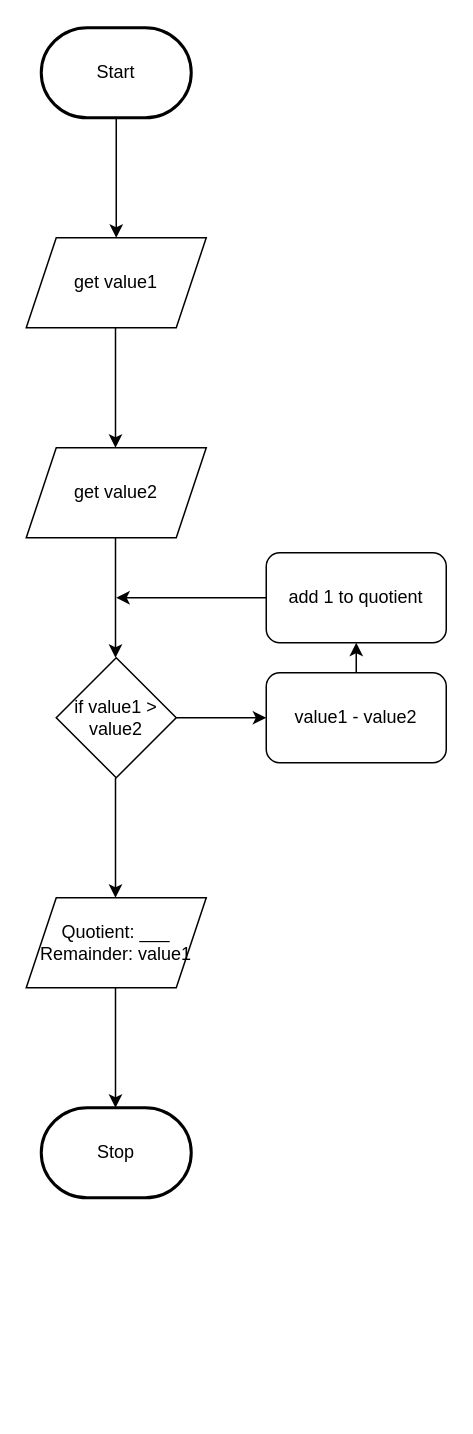
Before: design/flowchart.drawio in MTHS-ICD2O-1-2024/ICD2O-Unit-5-08-Isaac-Ip, a draw.io diagram. Source tidied: cells renumbered, new cells numbered last; positions are measured from the earlier drawing's top-left corner, leaving out a move shared by most shapes. Both pictures are drawn from the tidied source at 150%, with x=0, y=0 at pixel (26, 27).
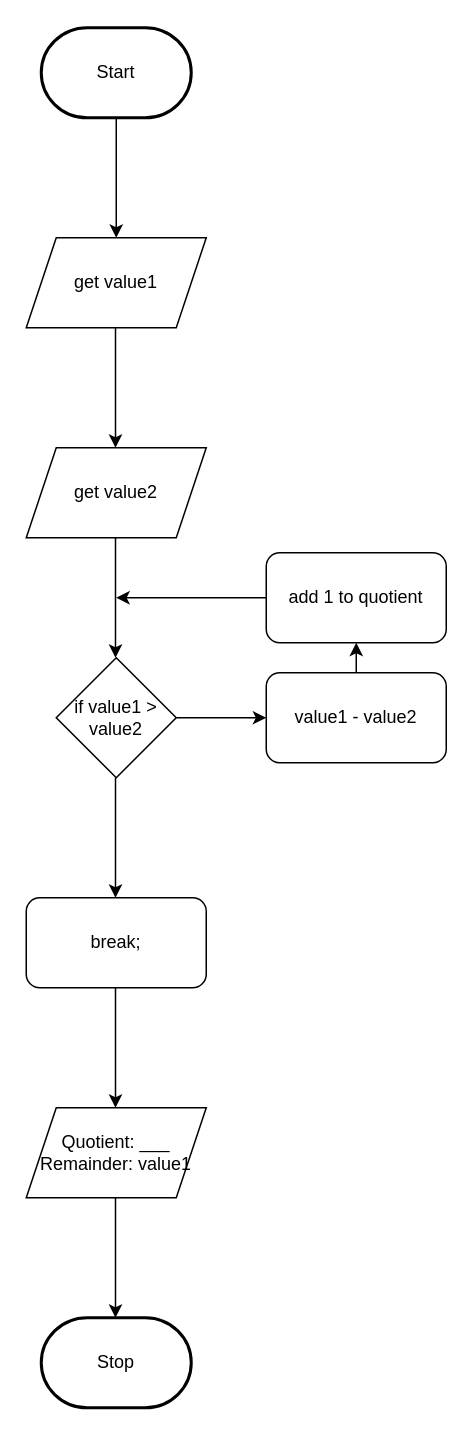
The same page after the edit.

Commit message (it also covers changes not shown here):
flowchart with break now :)

The edit, as a diff of the source:
```diff
@@
     <mxCell id="4" value="Stop" style="strokeWidth=2;html=1;shape=mxgraph.flowchart.terminator;whiteSpace=wrap;" parent="1" vertex="1">
-      <mxGeometry x="10" y="720" width="100" height="60" as="geometry" />
+      <mxGeometry x="10" y="860" width="100" height="60" as="geometry" />
     </mxCell>
@@
     <mxCell id="16" value="Quotient: ___&lt;div&gt;Remainder: value1&lt;/div&gt;" style="shape=parallelogram;perimeter=parallelogramPerimeter;whiteSpace=wrap;html=1;fixedSize=1;" parent="1" vertex="1">
-      <mxGeometry y="580" width="120" height="60" as="geometry" />
+      <mxGeometry y="720" width="120" height="60" as="geometry" />
     </mxCell>
     <mxCell id="17" style="edgeStyle=orthogonalEdgeStyle;html=1;rounded=0;" parent="1" edge="1">
       <mxGeometry relative="1" as="geometry">
-        <mxPoint x="59.5" y="640" as="sourcePoint" />
-        <mxPoint x="59.5" y="720" as="targetPoint" />
+        <mxPoint x="59.5" y="780" as="sourcePoint" />
+        <mxPoint x="59.5" y="860" as="targetPoint" />
       </mxGeometry>
     </mxCell>
+    <mxCell id="18" value="break;" style="rounded=1;whiteSpace=wrap;html=1;" parent="1" vertex="1">
+      <mxGeometry y="580" width="120" height="60" as="geometry" />
+    </mxCell>
+    <mxCell id="19" style="edgeStyle=orthogonalEdgeStyle;html=1;rounded=0;" parent="1" edge="1">
+      <mxGeometry relative="1" as="geometry">
+        <mxPoint x="59.5" y="640" as="sourcePoint" />
+        <mxPoint x="59.5" y="720" as="targetPoint" />
+      </mxGeometry>
+    </mxCell>
```
